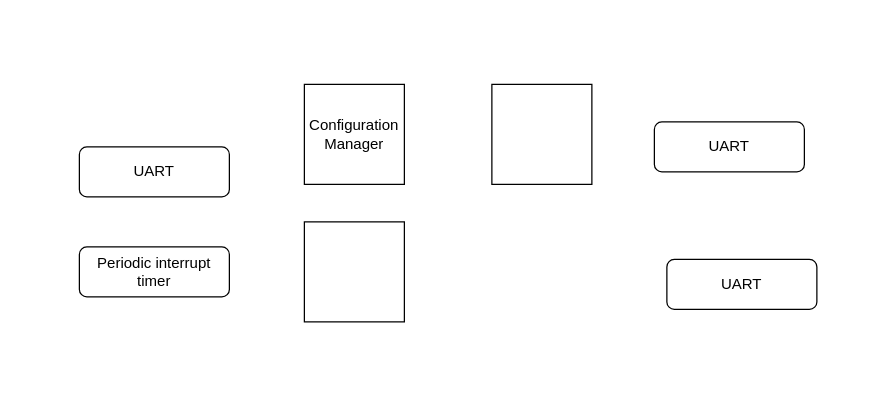
Above: page "Page-2" (2 of 2) of LARA_usecase.drawio in francis-job/BLOCK_DIAGRAMS (draw.io), before the change. Source tidied: cells renumbered, new cells numbered last; positions are measured from the earlier drawing's top-left corner, leaving out a move shared by most shapes. Both pictures are drawn from the tidied source at 125%, with x=0, y=0 at pixel (79, 84).
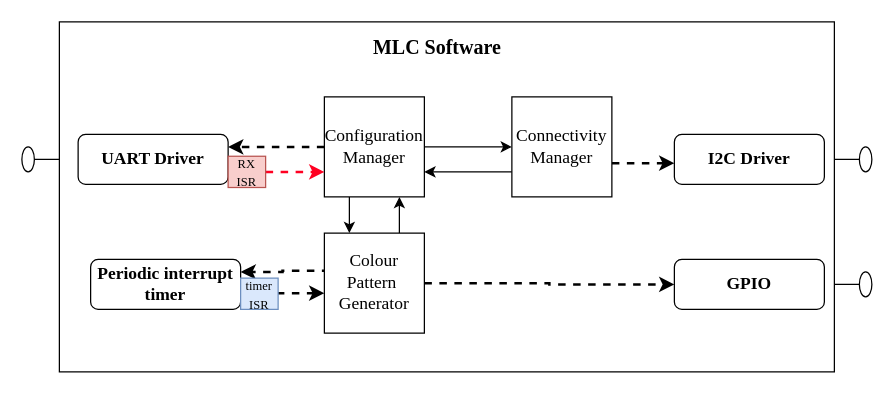
After the change.

What changed in the source:
```diff
@@
+    <mxCell id="9" style="rounded=0;whiteSpace=wrap;html=1;" parent="1" vertex="1">
+      <mxGeometry x="-16" y="-50" width="620" height="280" as="geometry" />
+    </mxCell>
+    <mxCell id="10" style="edgeStyle=orthogonalEdgeStyle;rounded=0;jettySize=auto;html=1;entryX=1;entryY=0.25;entryDx=0;entryDy=0;dashed=1;strokeWidth=2;" parent="1" edge="1" source="6" target="2">
+      <mxGeometry relative="1" as="geometry" />
+    </mxCell>
-    <mxCell id="2" value="UART" style="rounded=1;whiteSpace=wrap;html=1;" parent="1" vertex="1">
-      <mxGeometry y="50" width="120" height="40" as="geometry" />
+    <mxCell id="2" value="&lt;font face=&quot;Times New Roman&quot; style=&quot;font-size: 14px&quot;&gt;&lt;b&gt;UART Driver&lt;/b&gt;&lt;/font&gt;" style="rounded=1;whiteSpace=wrap;html=1;" parent="1" vertex="1">
+      <mxGeometry x="-1" y="40" width="120" height="40" as="geometry" />
     </mxCell>
+    <mxCell id="11" style="edgeStyle=orthogonalEdgeStyle;rounded=0;jettySize=auto;html=1;exitX=0.05;exitY=0.375;exitDx=0;exitDy=0;entryX=1;entryY=0.25;entryDx=0;entryDy=0;dashed=1;strokeWidth=2;exitPerimeter=0;" parent="1" edge="1" source="8" target="3">
+      <mxGeometry relative="1" as="geometry" />
+    </mxCell>
-    <mxCell id="3" value="Periodic interrupt timer" style="rounded=1;whiteSpace=wrap;html=1;" parent="1" vertex="1">
-      <mxGeometry y="130" width="120" height="40" as="geometry" />
+    <mxCell id="3" value="&lt;font face=&quot;Times New Roman&quot; style=&quot;font-size: 14px&quot;&gt;&lt;b&gt;Periodic interrupt timer&lt;/b&gt;&lt;/font&gt;" style="rounded=1;whiteSpace=wrap;html=1;" parent="1" vertex="1">
+      <mxGeometry x="9" y="140" width="120" height="40" as="geometry" />
     </mxCell>
-    <mxCell id="4" value="UART" style="rounded=1;whiteSpace=wrap;html=1;" parent="1" vertex="1">
-      <mxGeometry x="460" y="30" width="120" height="40" as="geometry" />
+    <mxCell id="4" value="&lt;font face=&quot;Times New Roman&quot; style=&quot;font-size: 14px&quot;&gt;&lt;b&gt;I2C Driver&lt;/b&gt;&lt;/font&gt;" style="rounded=1;whiteSpace=wrap;html=1;" parent="1" vertex="1">
+      <mxGeometry x="476" y="40" width="120" height="40" as="geometry" />
     </mxCell>
-    <mxCell id="5" value="UART" style="rounded=1;whiteSpace=wrap;html=1;" parent="1" vertex="1">
-      <mxGeometry x="470" y="140" width="120" height="40" as="geometry" />
+    <mxCell id="5" value="&lt;font face=&quot;Times New Roman&quot; style=&quot;font-size: 14px&quot;&gt;&lt;b&gt;GPIO&lt;/b&gt;&lt;/font&gt;" style="rounded=1;whiteSpace=wrap;html=1;" parent="1" vertex="1">
+      <mxGeometry x="476" y="140" width="120" height="40" as="geometry" />
     </mxCell>
+    <mxCell id="12" style="edgeStyle=orthogonalEdgeStyle;rounded=0;jettySize=auto;html=1;exitX=1;exitY=0.5;exitDx=0;exitDy=0;entryX=0;entryY=0.5;entryDx=0;entryDy=0;" parent="1" edge="1" source="6" target="7">
+      <mxGeometry relative="1" as="geometry" />
+    </mxCell>
+    <mxCell id="13" style="edgeStyle=orthogonalEdgeStyle;rounded=0;jettySize=auto;html=1;exitX=0.25;exitY=1;exitDx=0;exitDy=0;entryX=0.25;entryY=0;entryDx=0;entryDy=0;" parent="1" edge="1" source="6" target="8">
+      <mxGeometry relative="1" as="geometry" />
+    </mxCell>
-    <mxCell id="6" value="Configuration Manager" style="whiteSpace=wrap;html=1;" parent="1" vertex="1">
-      <mxGeometry x="180" width="80" height="80" as="geometry" />
+    <mxCell id="6" value="&lt;font face=&quot;Times New Roman&quot; style=&quot;font-size: 14px&quot;&gt;Configuration Manager&lt;/font&gt;" style="whiteSpace=wrap;html=1;" parent="1" vertex="1">
+      <mxGeometry x="196" y="10" width="80" height="80" as="geometry" />
     </mxCell>
+    <mxCell id="14" style="edgeStyle=orthogonalEdgeStyle;rounded=0;jettySize=auto;html=1;exitX=0;exitY=0.75;exitDx=0;exitDy=0;entryX=1;entryY=0.75;entryDx=0;entryDy=0;" parent="1" edge="1" source="7" target="6">
+      <mxGeometry relative="1" as="geometry" />
+    </mxCell>
+    <mxCell id="15" style="edgeStyle=orthogonalEdgeStyle;rounded=0;orthogonalLoop=1;jettySize=auto;html=1;exitX=1;exitY=0.75;exitDx=0;exitDy=0;entryX=0;entryY=0.75;entryDx=0;entryDy=0;dashed=1;strokeWidth=2;" parent="1" edge="1">
+      <mxGeometry relative="1" as="geometry">
+        <mxPoint x="426" y="63" as="sourcePoint" />
+        <mxPoint x="476" y="63" as="targetPoint" />
+      </mxGeometry>
+    </mxCell>
-    <mxCell id="7" style="whiteSpace=wrap;html=1;" parent="1" vertex="1">
-      <mxGeometry x="330" width="80" height="80" as="geometry" />
+    <mxCell id="7" value="&lt;font face=&quot;Times New Roman&quot; style=&quot;font-size: 14px&quot;&gt;Connectivity&lt;br&gt;Manager&lt;/font&gt;" style="whiteSpace=wrap;html=1;" parent="1" vertex="1">
+      <mxGeometry x="346" y="10" width="80" height="80" as="geometry" />
     </mxCell>
+    <mxCell id="16" style="edgeStyle=orthogonalEdgeStyle;rounded=0;jettySize=auto;html=1;exitX=0.75;exitY=0;exitDx=0;exitDy=0;entryX=0.75;entryY=1;entryDx=0;entryDy=0;" parent="1" edge="1" source="8" target="6">
+      <mxGeometry relative="1" as="geometry" />
+    </mxCell>
+    <mxCell id="17" style="edgeStyle=orthogonalEdgeStyle;rounded=0;jettySize=auto;html=1;exitX=1;exitY=0.5;exitDx=0;exitDy=0;entryX=0;entryY=0.5;entryDx=0;entryDy=0;dashed=1;strokeWidth=2;" parent="1" edge="1" source="8" target="5">
+      <mxGeometry relative="1" as="geometry" />
+    </mxCell>
-    <mxCell id="8" style="whiteSpace=wrap;html=1;" parent="1" vertex="1">
-      <mxGeometry x="180" y="110" width="80" height="80" as="geometry" />
+    <mxCell id="8" value="&lt;font face=&quot;Times New Roman&quot; style=&quot;font-size: 14px&quot;&gt;Colour&lt;br&gt;Pattern&amp;nbsp;&lt;br&gt;Generator&lt;/font&gt;" style="whiteSpace=wrap;html=1;" parent="1" vertex="1">
+      <mxGeometry x="196" y="119" width="80" height="80" as="geometry" />
     </mxCell>
+    <mxCell id="18" style="edgeStyle=orthogonalEdgeStyle;rounded=0;jettySize=auto;html=1;exitX=1;exitY=0.5;exitDx=0;exitDy=0;entryX=0;entryY=0.75;entryDx=0;entryDy=0;dashed=1;strokeWidth=2;strokeColor=#FF0022;" parent="1" edge="1" source="19" target="6">
+      <mxGeometry relative="1" as="geometry" />
+    </mxCell>
+    <mxCell id="19" value="&lt;font style=&quot;font-size: 10px&quot; face=&quot;Times New Roman&quot;&gt;RX ISR&lt;/font&gt;" style="rounded=0;whiteSpace=wrap;html=1;fillColor=#f8cecc;strokeColor=#b85450;" parent="1" vertex="1">
+      <mxGeometry x="119" y="57.5" width="30" height="25" as="geometry" />
+    </mxCell>
+    <mxCell id="20" style="edgeStyle=orthogonalEdgeStyle;rounded=0;orthogonalLoop=1;jettySize=auto;html=1;exitX=1;exitY=0.2;exitDx=0;exitDy=0;exitPerimeter=0;dashed=1;strokeWidth=2;" parent="1" edge="1">
+      <mxGeometry relative="1" as="geometry">
+        <mxPoint x="146" y="167" as="sourcePoint" />
+        <mxPoint x="196" y="167" as="targetPoint" />
+      </mxGeometry>
+    </mxCell>
+    <mxCell id="21" value="&lt;font style=&quot;font-size: 10px&quot; face=&quot;Times New Roman&quot;&gt;timer ISR&lt;/font&gt;" style="rounded=0;whiteSpace=wrap;html=1;fillColor=#dae8fc;strokeColor=#6c8ebf;" parent="1" vertex="1">
+      <mxGeometry x="129" y="155" width="30" height="25" as="geometry" />
+    </mxCell>
+    <mxCell id="22" value="&lt;font face=&quot;Times New Roman&quot; size=&quot;1&quot;&gt;&lt;b style=&quot;font-size: 16px&quot;&gt;MLC Software&lt;/b&gt;&lt;/font&gt;" style="text;html=1;align=center;verticalAlign=middle;" parent="1" vertex="1">
+      <mxGeometry x="226" y="-40" width="120" height="20" as="geometry" />
+    </mxCell>
+    <mxCell id="23" style="verticalLabelPosition=bottom;align=center;dashed=0;html=1;verticalAlign=top;shape=mxgraph.pid.piping.spacer;direction=north;" parent="1" vertex="1">
+      <mxGeometry x="-46" y="50" width="30" height="20" as="geometry" />
+    </mxCell>
+    <mxCell id="24" style="verticalLabelPosition=bottom;align=center;dashed=0;html=1;verticalAlign=top;shape=mxgraph.pid.piping.spacer;direction=south;" parent="1" vertex="1">
+      <mxGeometry x="604" y="50" width="30" height="20" as="geometry" />
+    </mxCell>
+    <mxCell id="25" style="verticalLabelPosition=bottom;align=center;dashed=0;html=1;verticalAlign=top;shape=mxgraph.pid.piping.spacer;direction=south;" parent="1" vertex="1">
+      <mxGeometry x="604" y="150" width="30" height="20" as="geometry" />
+    </mxCell>
```
